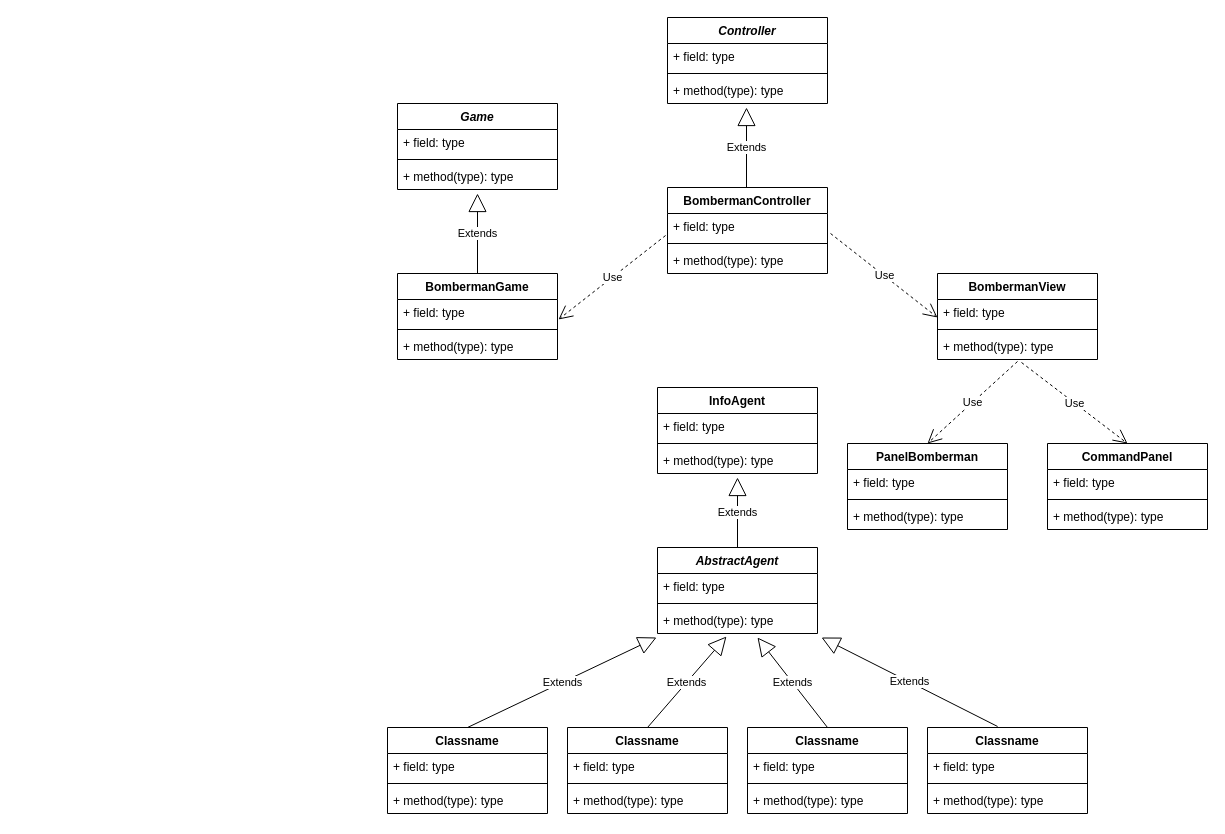
AloisL/bomberman keeps this draw.io diagram as Untitled Diagram.drawio. Above is the earlier version. Source tidied: cells renumbered, new cells numbered last; positions are measured from the earlier drawing's top-left corner, leaving out a move shared by most shapes. Both pictures are drawn from the tidied source at 100%, with x=0, y=0 at pixel (387, 17).
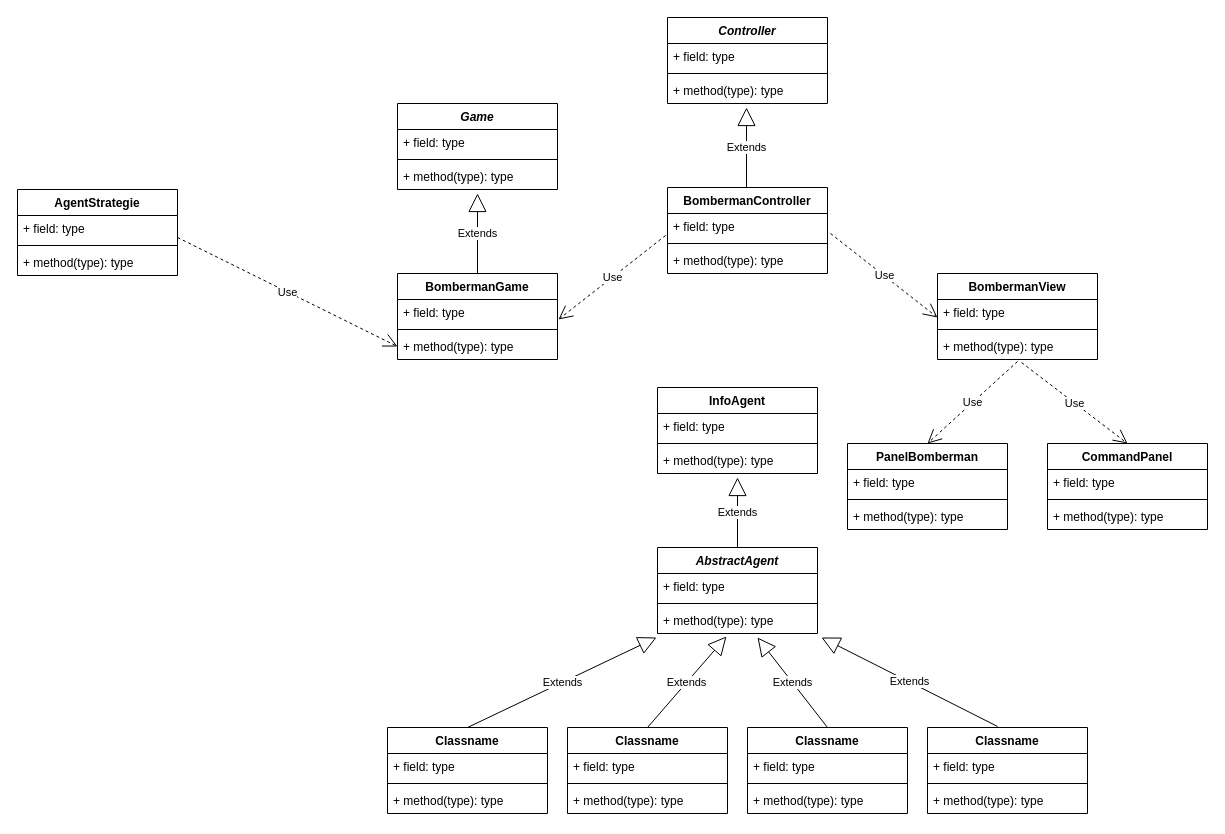
Above is the later version.

The change refers to these unchanged cells:
```xml
<mxCell id="13" value="+ method(type): type" style="text;strokeColor=none;fillColor=none;align=left;verticalAlign=top;spacingLeft=4;spacingRight=4;overflow=hidden;points=[[0,0.5],[1,0.5]];portConstraint=eastwest;" parent="10" vertex="1">
  <mxGeometry y="60" width="160" height="26" as="geometry" />
</mxCell>
```

The edit, as a diff of the source:
```diff
@@
+    <mxCell id="65" value="Use" style="endArrow=open;endSize=12;dashed=1;html=1;entryX=0;entryY=0.5;entryDx=0;entryDy=0;" parent="1" edge="1" target="13">
+      <mxGeometry relative="1" as="geometry">
+        <mxPoint x="-210" y="220" as="sourcePoint" />
+      </mxGeometry>
+    </mxCell>
+    <mxCell id="66" value="AgentStrategie" style="swimlane;fontStyle=1;align=center;verticalAlign=top;horizontal=1;startSize=26;" parent="1" vertex="1">
+      <mxGeometry x="-370" y="172" width="160" height="86" as="geometry" />
+    </mxCell>
+    <mxCell id="67" value="+ field: type" style="text;strokeColor=none;fillColor=none;align=left;verticalAlign=top;spacingLeft=4;spacingRight=4;overflow=hidden;" parent="66" vertex="1">
+      <mxGeometry y="26" width="160" height="26" as="geometry" />
+    </mxCell>
+    <mxCell id="68" style="line;strokeWidth=1;fillColor=none;align=left;verticalAlign=middle;spacingTop=-1;spacingLeft=3;spacingRight=3;labelPosition=right;" parent="66" vertex="1">
+      <mxGeometry y="52" width="160" height="8" as="geometry" />
+    </mxCell>
+    <mxCell id="69" value="+ method(type): type" style="text;strokeColor=none;fillColor=none;align=left;verticalAlign=top;spacingLeft=4;spacingRight=4;overflow=hidden;" parent="66" vertex="1">
+      <mxGeometry y="60" width="160" height="26" as="geometry" />
+    </mxCell>
```
